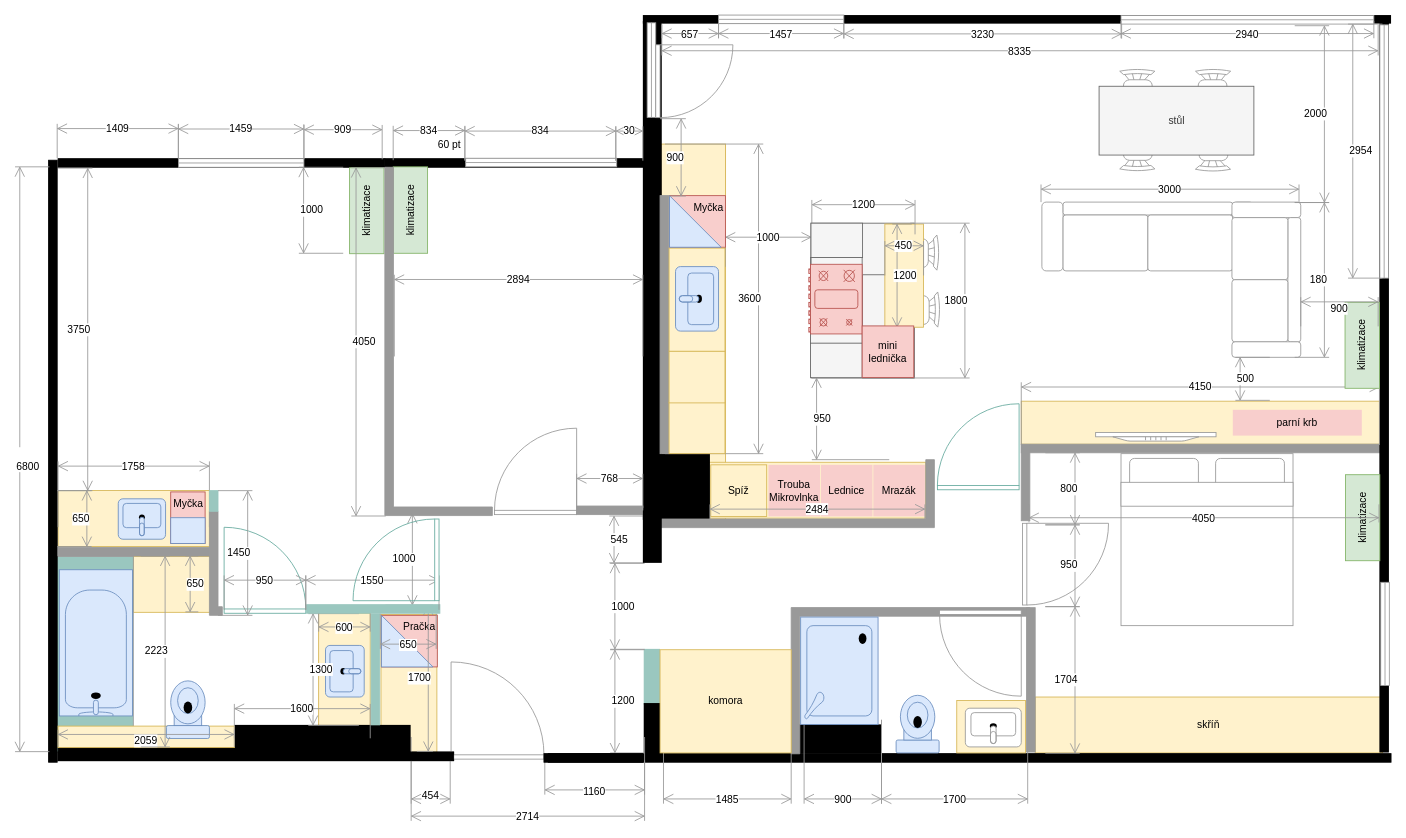
Earlier version of the draw.io diagram page "final" (1 of 2) of docs/src/static/drawings/floor-plan.furniched.drawio (surquest/flat-renovation). Source tidied: cells renumbered, new cells numbered last; positions are measured from the earlier drawing's top-left corner, leaving out a move shared by most shapes. Both pictures are drawn from the tidied source at 86%, with x=0, y=0 at pixel (15, 15).
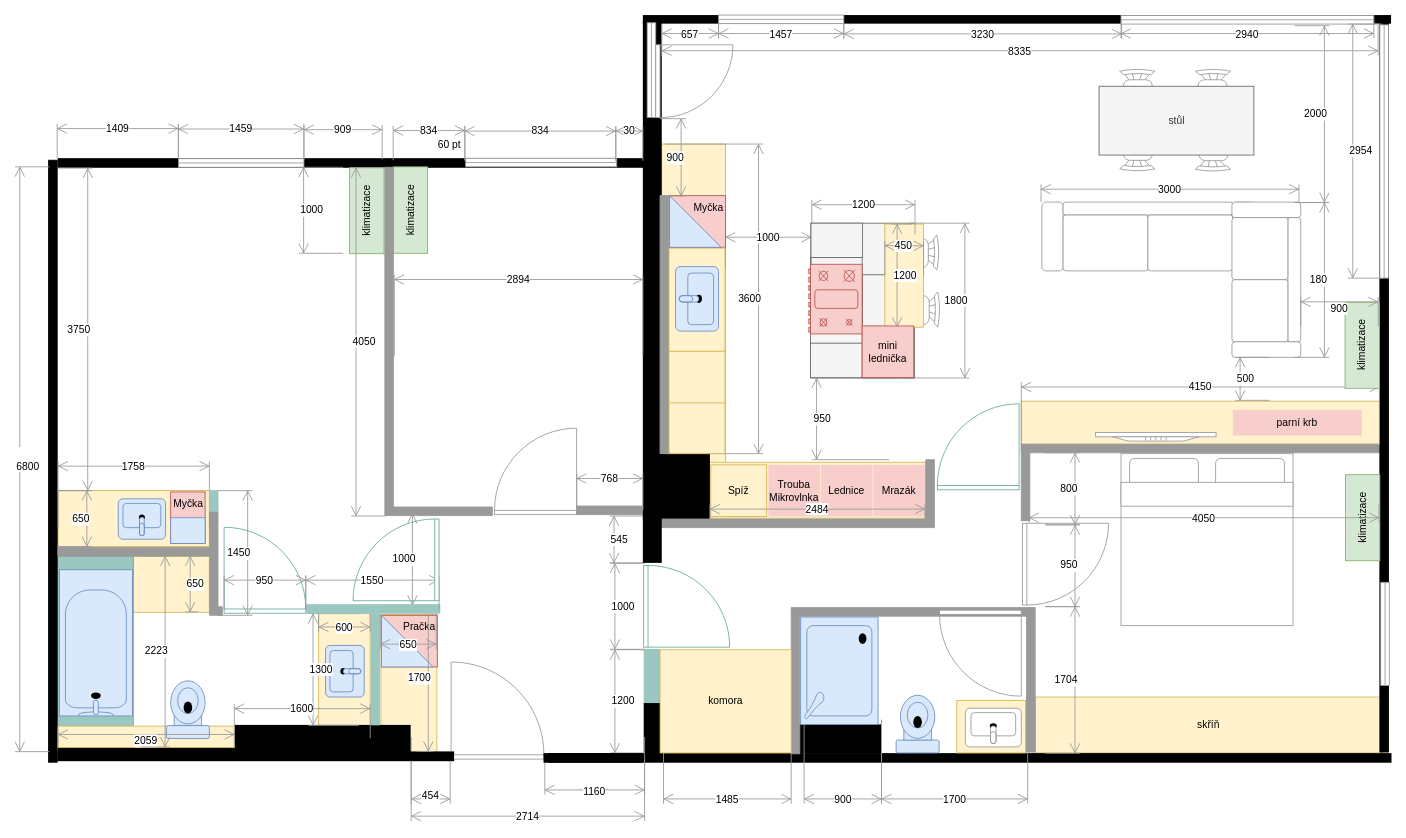
The same page after the edit.

Change to the diagram source:
```diff
@@
+    <mxCell id="167" style="verticalLabelPosition=bottom;html=1;verticalAlign=top;align=center;shape=mxgraph.floorplan.doorRight;strokeColor=#67AB9F;fillColor=default;flipH=1;flipV=0;direction=south;" parent="1" vertex="1">
+      <mxGeometry x="731" y="640" width="96" height="95" as="geometry" />
+    </mxCell>
```
